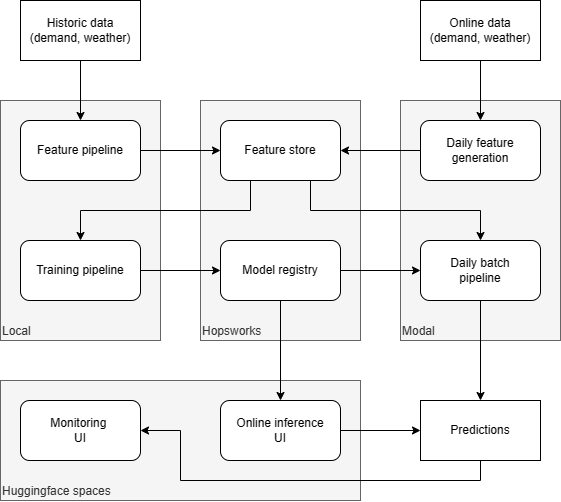
Above: proj/report/service_arch.drawio.png in aykhazanchi/id2223-scalable-ml (draw.io), before the change. Source tidied: cells renumbered, new cells last; positions are measured from the earlier drawing's top-left corner, leaving out a move shared by most shapes. The source it was exported from:
```xml
<mxGraphModel>
  <root>
    <mxCell id="0" />
    <mxCell id="1" parent="0" />
    <mxCell id="2" value="Huggingface spaces" style="rounded=0;whiteSpace=wrap;html=1;align=left;verticalAlign=bottom;fillColor=#f5f5f5;fontColor=#333333;strokeColor=#666666;" parent="1" vertex="1">
      <mxGeometry y="380" width="360" height="120" as="geometry" />
    </mxCell>
    <mxCell id="3" value="Modal" style="rounded=0;whiteSpace=wrap;html=1;verticalAlign=bottom;align=left;fillColor=#f5f5f5;fontColor=#333333;strokeColor=#666666;" parent="1" vertex="1">
      <mxGeometry x="400" y="100" width="160" height="240" as="geometry" />
    </mxCell>
    <mxCell id="4" value="Hopsworks" style="rounded=0;whiteSpace=wrap;html=1;verticalAlign=bottom;align=left;fillColor=#f5f5f5;fontColor=#333333;strokeColor=#666666;" parent="1" vertex="1">
      <mxGeometry x="200" y="100" width="160" height="240" as="geometry" />
    </mxCell>
    <mxCell id="5" value="Local" style="rounded=0;whiteSpace=wrap;html=1;verticalAlign=bottom;align=left;fillColor=#f5f5f5;fontColor=#333333;strokeColor=#666666;" parent="1" vertex="1">
      <mxGeometry y="100" width="160" height="240" as="geometry" />
    </mxCell>
    <mxCell id="6" style="edgeStyle=orthogonalEdgeStyle;rounded=0;jettySize=auto;html=1;exitX=1;exitY=0.5;exitDx=0;exitDy=0;" parent="1" edge="1" source="7" target="14">
      <mxGeometry relative="1" as="geometry" />
    </mxCell>
    <mxCell id="7" value="Feature pipeline" style="rounded=1;whiteSpace=wrap;html=1;" parent="1" vertex="1">
      <mxGeometry x="20" y="120" width="120" height="60" as="geometry" />
    </mxCell>
    <mxCell id="8" style="edgeStyle=orthogonalEdgeStyle;rounded=0;jettySize=auto;html=1;exitX=1;exitY=0.5;exitDx=0;exitDy=0;entryX=0;entryY=0.5;entryDx=0;entryDy=0;" parent="1" edge="1" source="9" target="17">
      <mxGeometry relative="1" as="geometry" />
    </mxCell>
    <mxCell id="9" value="Training pipeline" style="rounded=1;whiteSpace=wrap;html=1;" parent="1" vertex="1">
      <mxGeometry x="20" y="240" width="120" height="60" as="geometry" />
    </mxCell>
    <mxCell id="10" style="edgeStyle=orthogonalEdgeStyle;rounded=0;jettySize=auto;html=1;exitX=0.5;exitY=1;exitDx=0;exitDy=0;entryX=0.5;entryY=0;entryDx=0;entryDy=0;" parent="1" edge="1" source="11" target="7">
      <mxGeometry relative="1" as="geometry" />
    </mxCell>
    <mxCell id="11" value="Historic data&lt;br&gt;(demand, weather)" style="rounded=0;whiteSpace=wrap;html=1;" parent="1" vertex="1">
      <mxGeometry x="20" width="120" height="60" as="geometry" />
    </mxCell>
    <mxCell id="12" style="edgeStyle=orthogonalEdgeStyle;rounded=0;jettySize=auto;html=1;exitX=0.25;exitY=1;exitDx=0;exitDy=0;entryX=0.5;entryY=0;entryDx=0;entryDy=0;" parent="1" edge="1" source="14" target="9">
      <mxGeometry relative="1" as="geometry" />
    </mxCell>
    <mxCell id="13" style="edgeStyle=orthogonalEdgeStyle;rounded=0;jettySize=auto;html=1;exitX=0.75;exitY=1;exitDx=0;exitDy=0;entryX=0.5;entryY=0;entryDx=0;entryDy=0;" parent="1" edge="1" source="14" target="19">
      <mxGeometry relative="1" as="geometry">
        <Array as="points">
          <mxPoint x="310" y="210" />
          <mxPoint x="480" y="210" />
        </Array>
      </mxGeometry>
    </mxCell>
    <mxCell id="14" value="Feature store" style="rounded=1;whiteSpace=wrap;html=1;" parent="1" vertex="1">
      <mxGeometry x="220" y="120" width="120" height="60" as="geometry" />
    </mxCell>
    <mxCell id="15" style="edgeStyle=orthogonalEdgeStyle;rounded=0;jettySize=auto;html=1;exitX=1;exitY=0.5;exitDx=0;exitDy=0;" parent="1" edge="1" source="17" target="19">
      <mxGeometry relative="1" as="geometry" />
    </mxCell>
    <mxCell id="16" style="edgeStyle=orthogonalEdgeStyle;rounded=0;jettySize=auto;html=1;exitX=0.5;exitY=1;exitDx=0;exitDy=0;" parent="1" edge="1" source="17" target="27">
      <mxGeometry relative="1" as="geometry" />
    </mxCell>
    <mxCell id="17" value="Model registry" style="rounded=1;whiteSpace=wrap;html=1;" parent="1" vertex="1">
      <mxGeometry x="220" y="240" width="120" height="60" as="geometry" />
    </mxCell>
    <mxCell id="18" style="edgeStyle=orthogonalEdgeStyle;rounded=0;jettySize=auto;html=1;exitX=0.5;exitY=1;exitDx=0;exitDy=0;entryX=0.5;entryY=0;entryDx=0;entryDy=0;" parent="1" edge="1" source="19" target="21">
      <mxGeometry relative="1" as="geometry" />
    </mxCell>
    <mxCell id="19" value="Daily batch&lt;br&gt;pipeline" style="rounded=1;whiteSpace=wrap;html=1;" parent="1" vertex="1">
      <mxGeometry x="420" y="240" width="120" height="60" as="geometry" />
    </mxCell>
    <mxCell id="20" style="edgeStyle=orthogonalEdgeStyle;rounded=0;jettySize=auto;html=1;exitX=0.5;exitY=1;exitDx=0;exitDy=0;" parent="1" edge="1" source="21" target="28">
      <mxGeometry relative="1" as="geometry">
        <Array as="points">
          <mxPoint x="480" y="480" />
          <mxPoint x="180" y="480" />
          <mxPoint x="180" y="430" />
        </Array>
      </mxGeometry>
    </mxCell>
    <mxCell id="21" value="Predictions" style="rounded=0;whiteSpace=wrap;html=1;" parent="1" vertex="1">
      <mxGeometry x="420" y="400" width="120" height="60" as="geometry" />
    </mxCell>
    <mxCell id="22" style="edgeStyle=orthogonalEdgeStyle;rounded=0;jettySize=auto;html=1;exitX=0;exitY=0.5;exitDx=0;exitDy=0;entryX=1;entryY=0.5;entryDx=0;entryDy=0;" parent="1" edge="1" source="23" target="14">
      <mxGeometry relative="1" as="geometry" />
    </mxCell>
    <mxCell id="23" value="Daily feature&lt;br&gt;generation" style="rounded=1;whiteSpace=wrap;html=1;" parent="1" vertex="1">
      <mxGeometry x="420" y="120" width="120" height="60" as="geometry" />
    </mxCell>
    <mxCell id="24" style="edgeStyle=orthogonalEdgeStyle;rounded=0;jettySize=auto;html=1;exitX=0.5;exitY=1;exitDx=0;exitDy=0;entryX=0.5;entryY=0;entryDx=0;entryDy=0;" parent="1" edge="1" source="25" target="23">
      <mxGeometry relative="1" as="geometry" />
    </mxCell>
    <mxCell id="25" value="Online data&lt;br&gt;(demand, weather)" style="rounded=0;whiteSpace=wrap;html=1;" parent="1" vertex="1">
      <mxGeometry x="420" width="120" height="60" as="geometry" />
    </mxCell>
    <mxCell id="26" style="edgeStyle=orthogonalEdgeStyle;rounded=0;jettySize=auto;html=1;exitX=1;exitY=0.5;exitDx=0;exitDy=0;entryX=0;entryY=0.5;entryDx=0;entryDy=0;" parent="1" edge="1" source="27" target="21">
      <mxGeometry relative="1" as="geometry" />
    </mxCell>
    <mxCell id="27" value="Online inference&lt;br&gt;UI" style="rounded=1;whiteSpace=wrap;html=1;" parent="1" vertex="1">
      <mxGeometry x="220" y="400" width="120" height="60" as="geometry" />
    </mxCell>
    <mxCell id="28" value="Monitoring&amp;nbsp;&lt;br&gt;UI" style="rounded=1;whiteSpace=wrap;html=1;" parent="1" vertex="1">
      <mxGeometry x="20" y="400" width="120" height="60" as="geometry" />
    </mxCell>
  </root>
</mxGraphModel>
```
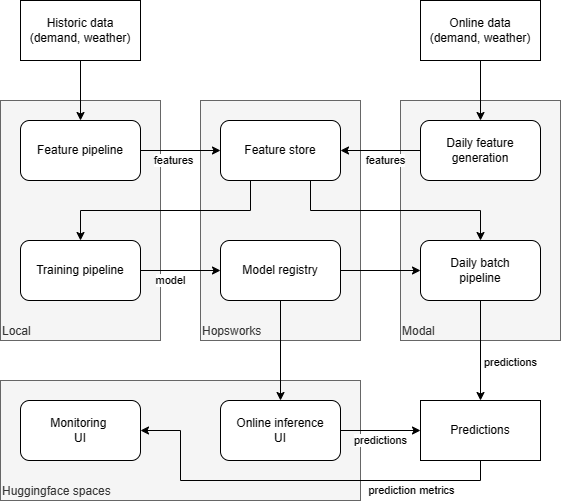
Later version of the same file.

Diff of the diagram source:
```diff
@@ -17,12 +17,22 @@
     <mxCell id="6" style="edgeStyle=orthogonalEdgeStyle;rounded=0;jettySize=auto;html=1;exitX=1;exitY=0.5;exitDx=0;exitDy=0;" parent="1" edge="1" source="7" target="14">
       <mxGeometry relative="1" as="geometry" />
     </mxCell>
+    <mxCell id="29" value="features" style="edgeLabel;html=1;align=center;verticalAlign=middle;" parent="6" vertex="1">
+      <mxGeometry x="-0.2" relative="1" as="geometry">
+        <mxPoint y="10" as="offset" />
+      </mxGeometry>
+    </mxCell>
     <mxCell id="7" value="Feature pipeline" style="rounded=1;whiteSpace=wrap;html=1;" parent="1" vertex="1">
       <mxGeometry x="20" y="120" width="120" height="60" as="geometry" />
     </mxCell>
     <mxCell id="8" style="edgeStyle=orthogonalEdgeStyle;rounded=0;jettySize=auto;html=1;exitX=1;exitY=0.5;exitDx=0;exitDy=0;entryX=0;entryY=0.5;entryDx=0;entryDy=0;" parent="1" edge="1" source="9" target="17">
       <mxGeometry relative="1" as="geometry" />
     </mxCell>
+    <mxCell id="30" value="model" style="edgeLabel;html=1;align=center;verticalAlign=middle;" parent="8" vertex="1">
+      <mxGeometry x="-0.18" relative="1" as="geometry">
+        <mxPoint x="-3" y="10" as="offset" />
+      </mxGeometry>
+    </mxCell>
     <mxCell id="9" value="Training pipeline" style="rounded=1;whiteSpace=wrap;html=1;" parent="1" vertex="1">
       <mxGeometry x="20" y="240" width="120" height="60" as="geometry" />
     </mxCell>
@@ -58,6 +68,11 @@
     <mxCell id="18" style="edgeStyle=orthogonalEdgeStyle;rounded=0;jettySize=auto;html=1;exitX=0.5;exitY=1;exitDx=0;exitDy=0;entryX=0.5;entryY=0;entryDx=0;entryDy=0;" parent="1" edge="1" source="19" target="21">
       <mxGeometry relative="1" as="geometry" />
     </mxCell>
+    <mxCell id="31" value="predictions" style="edgeLabel;html=1;align=center;verticalAlign=middle;" parent="18" vertex="1">
+      <mxGeometry x="0.24" y="-1" relative="1" as="geometry">
+        <mxPoint x="31" as="offset" />
+      </mxGeometry>
+    </mxCell>
     <mxCell id="19" value="Daily batch&lt;br&gt;pipeline" style="rounded=1;whiteSpace=wrap;html=1;" parent="1" vertex="1">
       <mxGeometry x="420" y="240" width="120" height="60" as="geometry" />
     </mxCell>
@@ -70,12 +85,22 @@
         </Array>
       </mxGeometry>
     </mxCell>
+    <mxCell id="32" value="prediction metrics" style="edgeLabel;html=1;align=center;verticalAlign=middle;" parent="20" vertex="1">
+      <mxGeometry x="-0.51" relative="1" as="geometry">
+        <mxPoint x="10" y="10" as="offset" />
+      </mxGeometry>
+    </mxCell>
     <mxCell id="21" value="Predictions" style="rounded=0;whiteSpace=wrap;html=1;" parent="1" vertex="1">
       <mxGeometry x="420" y="400" width="120" height="60" as="geometry" />
     </mxCell>
     <mxCell id="22" style="edgeStyle=orthogonalEdgeStyle;rounded=0;jettySize=auto;html=1;exitX=0;exitY=0.5;exitDx=0;exitDy=0;entryX=1;entryY=0.5;entryDx=0;entryDy=0;" parent="1" edge="1" source="23" target="14">
       <mxGeometry relative="1" as="geometry" />
     </mxCell>
+    <mxCell id="33" value="features" style="edgeLabel;html=1;align=center;verticalAlign=middle;" parent="22" vertex="1">
+      <mxGeometry x="-0.11" relative="1" as="geometry">
+        <mxPoint y="10" as="offset" />
+      </mxGeometry>
+    </mxCell>
     <mxCell id="23" value="Daily feature&lt;br&gt;generation" style="rounded=1;whiteSpace=wrap;html=1;" parent="1" vertex="1">
       <mxGeometry x="420" y="120" width="120" height="60" as="geometry" />
     </mxCell>
@@ -88,6 +113,11 @@
     <mxCell id="26" style="edgeStyle=orthogonalEdgeStyle;rounded=0;jettySize=auto;html=1;exitX=1;exitY=0.5;exitDx=0;exitDy=0;entryX=0;entryY=0.5;entryDx=0;entryDy=0;" parent="1" edge="1" source="27" target="21">
       <mxGeometry relative="1" as="geometry" />
     </mxCell>
+    <mxCell id="34" value="predictions" style="edgeLabel;html=1;align=center;verticalAlign=middle;" parent="26" vertex="1">
+      <mxGeometry x="0.14" y="2" relative="1" as="geometry">
+        <mxPoint x="-6" y="12" as="offset" />
+      </mxGeometry>
+    </mxCell>
     <mxCell id="27" value="Online inference&lt;br&gt;UI" style="rounded=1;whiteSpace=wrap;html=1;" parent="1" vertex="1">
       <mxGeometry x="220" y="400" width="120" height="60" as="geometry" />
     </mxCell>
```
